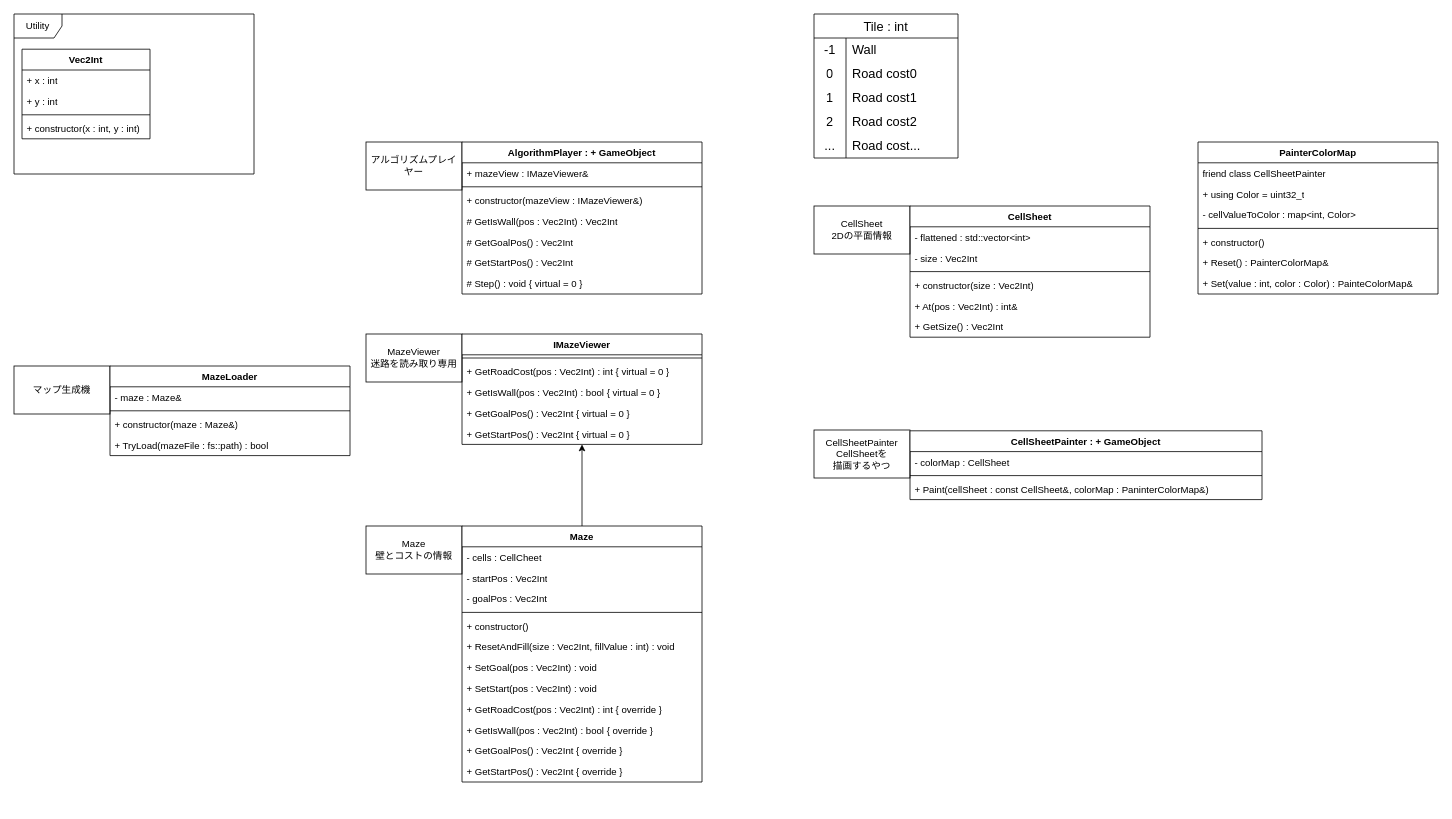
Above: doc/アルゴシミュ仕様設計.drawio in 3doriTea/ExploringAlgorithms (draw.io), before the change. Source tidied: cells renumbered, new cells numbered last; positions are measured from the earlier drawing's top-left corner, leaving out a move shared by most shapes. Both pictures are drawn from the tidied source at 80%, with x=0, y=0 at pixel (14, 14).
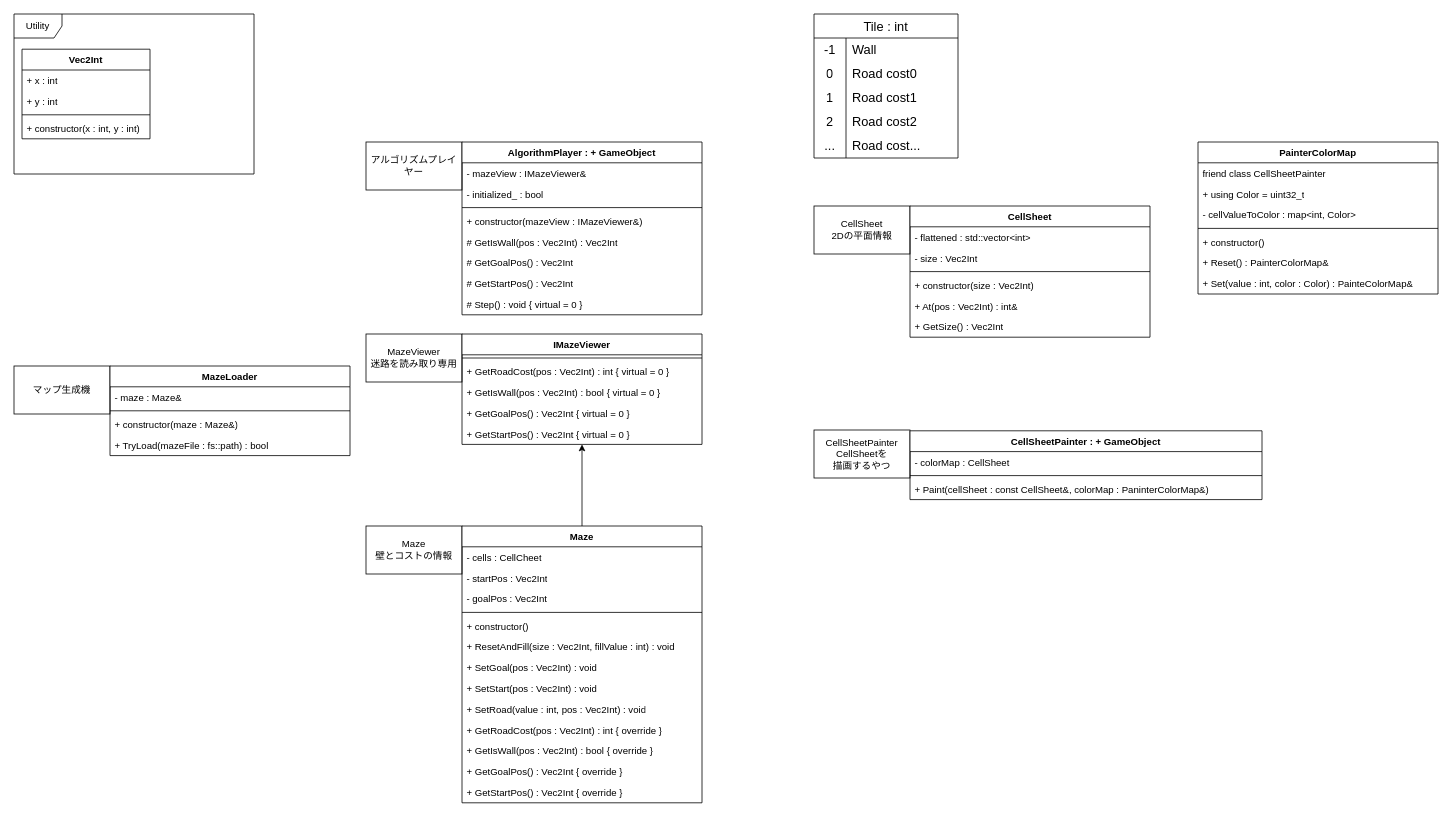
The same page after the edit.

Commit message:
アルゴシミュ仕様設計.drawio を更新します

Diff of the diagram source:
```diff
@@
     <mxCell id="3" value="AlgorithmPlayer : + GameObject" style="swimlane;fontStyle=1;align=center;verticalAlign=top;horizontal=1;startSize=26;whiteSpace=wrap;html=1;" parent="1" vertex="1">
-      <mxGeometry x="560" y="160" width="300" height="190" as="geometry" />
+      <mxGeometry x="560" y="160" width="300" height="216" as="geometry" />
     </mxCell>
-    <mxCell id="4" value="+ mazeView : IMazeViewer&amp;amp;" style="text;strokeColor=none;fillColor=none;align=left;verticalAlign=top;spacingLeft=4;spacingRight=4;overflow=hidden;whiteSpace=wrap;html=1;" parent="3" vertex="1">
+    <mxCell id="4" value="- mazeView : IMazeViewer&amp;amp;" style="text;strokeColor=none;fillColor=none;align=left;verticalAlign=top;spacingLeft=4;spacingRight=4;overflow=hidden;whiteSpace=wrap;html=1;" parent="3" vertex="1">
       <mxGeometry y="26" width="300" height="26" as="geometry" />
     </mxCell>
+    <mxCell id="82" value="- initialized_ : bool" style="text;strokeColor=none;fillColor=none;align=left;verticalAlign=top;spacingLeft=4;spacingRight=4;overflow=hidden;whiteSpace=wrap;html=1;" parent="3" vertex="1">
+      <mxGeometry y="52" width="300" height="26" as="geometry" />
+    </mxCell>
     <mxCell id="5" style="line;strokeWidth=1;fillColor=none;align=left;verticalAlign=middle;spacingTop=-1;spacingLeft=3;spacingRight=3;labelPosition=right;strokeColor=inherit;" parent="3" vertex="1">
-      <mxGeometry y="52" width="300" height="8" as="geometry" />
+      <mxGeometry y="78" width="300" height="8" as="geometry" />
     </mxCell>
     <mxCell id="6" value="+ constructor(mazeView : IMazeViewer&amp;amp;)" style="text;strokeColor=none;fillColor=none;align=left;verticalAlign=top;spacingLeft=4;spacingRight=4;overflow=hidden;whiteSpace=wrap;html=1;" parent="3" vertex="1">
-      <mxGeometry y="60" width="300" height="26" as="geometry" />
+      <mxGeometry y="86" width="300" height="26" as="geometry" />
     </mxCell>
     <mxCell id="7" value="# GetIsWall(pos : Vec2Int) : Vec2Int" style="text;strokeColor=none;fillColor=none;align=left;verticalAlign=top;spacingLeft=4;spacingRight=4;overflow=hidden;whiteSpace=wrap;html=1;" parent="3" vertex="1">
-      <mxGeometry y="86" width="300" height="26" as="geometry" />
+      <mxGeometry y="112" width="300" height="26" as="geometry" />
     </mxCell>
     <mxCell id="8" value="# GetGoalPos() : Vec2Int" style="text;strokeColor=none;fillColor=none;align=left;verticalAlign=top;spacingLeft=4;spacingRight=4;overflow=hidden;whiteSpace=wrap;html=1;" parent="3" vertex="1">
-      <mxGeometry y="112" width="300" height="26" as="geometry" />
+      <mxGeometry y="138" width="300" height="26" as="geometry" />
     </mxCell>
     <mxCell id="9" value="# GetStartPos() : Vec2Int" style="text;strokeColor=none;fillColor=none;align=left;verticalAlign=top;spacingLeft=4;spacingRight=4;overflow=hidden;whiteSpace=wrap;html=1;" parent="3" vertex="1">
-      <mxGeometry y="138" width="300" height="26" as="geometry" />
+      <mxGeometry y="164" width="300" height="26" as="geometry" />
     </mxCell>
     <mxCell id="10" value="# Step() : void { virtual = 0 }" style="text;strokeColor=none;fillColor=none;align=left;verticalAlign=top;spacingLeft=4;spacingRight=4;overflow=hidden;whiteSpace=wrap;html=1;" parent="3" vertex="1">
-      <mxGeometry y="164" width="300" height="26" as="geometry" />
+      <mxGeometry y="190" width="300" height="26" as="geometry" />
     </mxCell>
@@
     <mxCell id="43" value="Maze" style="swimlane;fontStyle=1;align=center;verticalAlign=top;horizontal=1;startSize=26;whiteSpace=wrap;html=1;" parent="1" vertex="1">
-      <mxGeometry x="560" y="640" width="300" height="320" as="geometry" />
+      <mxGeometry x="560" y="640" width="300" height="346" as="geometry" />
     </mxCell>
@@
+    <mxCell id="83" value="+ SetRoad(value : int, pos : Vec2Int) : void" style="text;strokeColor=none;fillColor=none;align=left;verticalAlign=top;spacingLeft=4;spacingRight=4;overflow=hidden;whiteSpace=wrap;html=1;" parent="43" vertex="1">
+      <mxGeometry y="216" width="300" height="26" as="geometry" />
+    </mxCell>
     <mxCell id="52" value="+ GetRoadCost(pos : Vec2Int) : int { override }" style="text;strokeColor=none;fillColor=none;align=left;verticalAlign=top;spacingLeft=4;spacingRight=4;overflow=hidden;whiteSpace=wrap;html=1;" parent="43" vertex="1">
-      <mxGeometry y="216" width="300" height="26" as="geometry" />
+      <mxGeometry y="242" width="300" height="26" as="geometry" />
     </mxCell>
     <mxCell id="53" value="+ GetIsWall(pos : Vec2Int) : bool { override }" style="text;strokeColor=none;fillColor=none;align=left;verticalAlign=top;spacingLeft=4;spacingRight=4;overflow=hidden;whiteSpace=wrap;html=1;" parent="43" vertex="1">
-      <mxGeometry y="242" width="300" height="26" as="geometry" />
+      <mxGeometry y="268" width="300" height="26" as="geometry" />
     </mxCell>
     <mxCell id="54" value="+ GetGoalPos() : Vec2Int&amp;nbsp;{ override }" style="text;strokeColor=none;fillColor=none;align=left;verticalAlign=top;spacingLeft=4;spacingRight=4;overflow=hidden;whiteSpace=wrap;html=1;" parent="43" vertex="1">
-      <mxGeometry y="268" width="300" height="26" as="geometry" />
+      <mxGeometry y="294" width="300" height="26" as="geometry" />
     </mxCell>
     <mxCell id="55" value="+ GetStartPos() : Vec2Int&amp;nbsp;{ override }" style="text;strokeColor=none;fillColor=none;align=left;verticalAlign=top;spacingLeft=4;spacingRight=4;overflow=hidden;whiteSpace=wrap;html=1;" parent="43" vertex="1">
-      <mxGeometry y="294" width="300" height="26" as="geometry" />
+      <mxGeometry y="320" width="300" height="26" as="geometry" />
     </mxCell>
```
